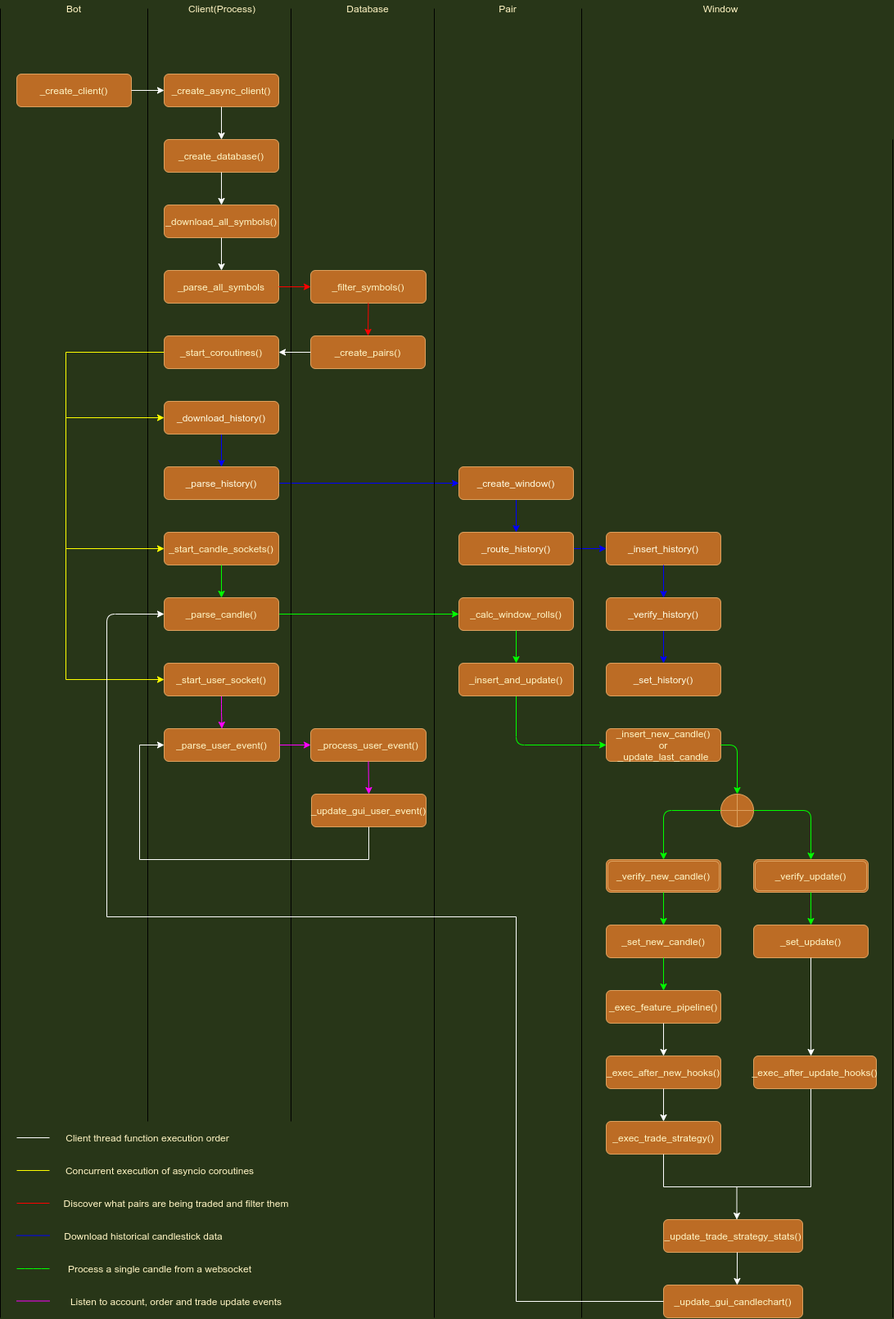
TvanMeer/bbot keeps this draw.io diagram as docs/bbot_internals.png. Above is the earlier version. Source tidied: cells renumbered, new cells last; positions are measured from the earlier drawing's top-left corner, leaving out a move shared by most shapes.
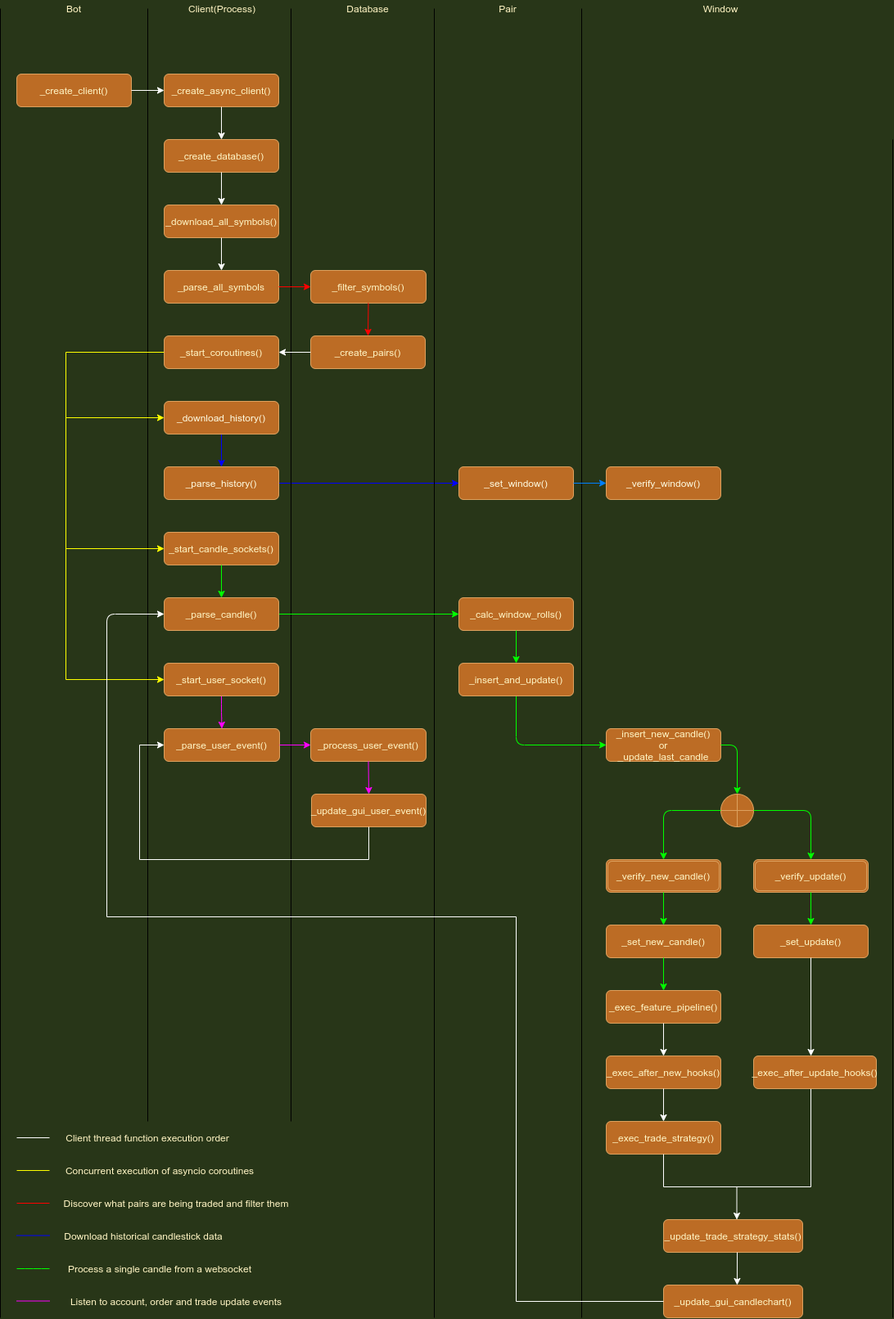
Above is the later version.

Diff of the diagram source:
```diff
@@ -8,39 +8,20 @@
     <mxCell id="3" value="_download_history()" style="rounded=1;whiteSpace=wrap;html=1;fontSize=12;glass=0;strokeWidth=1;shadow=0;fillColor=#BC6C25;strokeColor=#DDA15E;fontColor=#FEFAE0;" parent="1" vertex="1">
       <mxGeometry x="200" y="490" width="140" height="40" as="geometry" />
     </mxCell>
-    <mxCell id="4" style="edgeStyle=orthogonalEdgeStyle;rounded=0;jettySize=auto;html=1;labelBackgroundColor=#283618;fontColor=#FEFAE0;strokeColor=#0000FF;entryX=0;entryY=0.5;entryDx=0;entryDy=0;" parent="1" edge="1" source="5" target="7">
-      <mxGeometry relative="1" as="geometry" />
+    <mxCell id="4" style="edgeStyle=orthogonalEdgeStyle;rounded=0;jettySize=auto;html=1;labelBackgroundColor=#283618;fontColor=#FEFAE0;strokeColor=#0000FF;" parent="1" edge="1" source="5">
+      <mxGeometry relative="1" as="geometry">
+        <mxPoint x="560" y="590" as="targetPoint" />
+      </mxGeometry>
     </mxCell>
     <mxCell id="5" value="_parse_history()" style="rounded=1;whiteSpace=wrap;html=1;fontSize=12;glass=0;strokeWidth=1;shadow=0;fillColor=#BC6C25;strokeColor=#DDA15E;fontColor=#FEFAE0;" parent="1" vertex="1">
       <mxGeometry x="200" y="570" width="140" height="40" as="geometry" />
     </mxCell>
-    <mxCell id="6" style="edgeStyle=orthogonalEdgeStyle;rounded=0;jettySize=auto;html=1;labelBackgroundColor=#283618;fontColor=#FEFAE0;strokeColor=#0000FF;" parent="1" edge="1" source="7" target="9">
-      <mxGeometry relative="1" as="geometry" />
-    </mxCell>
-    <mxCell id="7" value="&lt;div&gt;_create_window()&lt;/div&gt;" style="rounded=1;whiteSpace=wrap;html=1;fillColor=#BC6C25;strokeColor=#DDA15E;fontColor=#FEFAE0;" parent="1" vertex="1">
-      <mxGeometry x="560" y="570" width="140" height="40" as="geometry" />
+    <mxCell id="7" value="&lt;div&gt;_verify_window()&lt;/div&gt;" style="rounded=1;whiteSpace=wrap;html=1;fillColor=#BC6C25;strokeColor=#DDA15E;fontColor=#FEFAE0;" parent="1" vertex="1">
+      <mxGeometry x="740" y="570" width="140" height="40" as="geometry" />
     </mxCell>
-    <mxCell id="8" style="edgeStyle=orthogonalEdgeStyle;rounded=0;jettySize=auto;html=1;labelBackgroundColor=#283618;fontColor=#FEFAE0;strokeColor=#0000FF;" parent="1" edge="1" source="9" target="10">
-      <mxGeometry relative="1" as="geometry" />
-    </mxCell>
-    <mxCell id="9" value="_route_history()" style="rounded=1;whiteSpace=wrap;html=1;fillColor=#BC6C25;strokeColor=#DDA15E;fontColor=#FEFAE0;" parent="1" vertex="1">
-      <mxGeometry x="560" y="650" width="140" height="40" as="geometry" />
+    <mxCell id="9" value="_set_window()" style="rounded=1;whiteSpace=wrap;html=1;fillColor=#BC6C25;strokeColor=#DDA15E;fontColor=#FEFAE0;" parent="1" vertex="1">
+      <mxGeometry x="560" y="570" width="140" height="40" as="geometry" />
     </mxCell>
-    <mxCell id="10" value="&lt;div&gt;_insert_history()&lt;br&gt;&lt;/div&gt;" style="rounded=1;whiteSpace=wrap;html=1;fillColor=#BC6C25;strokeColor=#DDA15E;fontColor=#FEFAE0;" parent="1" vertex="1">
-      <mxGeometry x="740" y="650" width="140" height="40" as="geometry" />
-    </mxCell>
-    <mxCell id="11" style="edgeStyle=orthogonalEdgeStyle;curved=0;rounded=1;sketch=0;jettySize=auto;html=1;fontColor=#FEFAE0;fillColor=#BC6C25;strokeColor=#0000FF;" parent="1" edge="1" source="12" target="13">
-      <mxGeometry relative="1" as="geometry" />
-    </mxCell>
-    <mxCell id="12" value="_verify_history()" style="rounded=1;whiteSpace=wrap;html=1;fillColor=#BC6C25;strokeColor=#DDA15E;fontColor=#FEFAE0;" parent="1" vertex="1">
-      <mxGeometry x="740" y="730" width="140" height="40" as="geometry" />
-    </mxCell>
-    <mxCell id="13" value="_set_history()" style="rounded=1;whiteSpace=wrap;html=1;fillColor=#BC6C25;strokeColor=#DDA15E;fontColor=#FEFAE0;" parent="1" vertex="1">
-      <mxGeometry x="740" y="810" width="140" height="40" as="geometry" />
-    </mxCell>
-    <mxCell id="14" style="endArrow=classic;html=1;fontColor=#FEFAE0;fillColor=#BC6C25;entryX=0.5;entryY=0;entryDx=0;entryDy=0;exitX=0.5;exitY=1;exitDx=0;exitDy=0;strokeColor=#0000FF;" parent="1" edge="1" source="10" target="12">
-      <mxGeometry relative="1" as="geometry" />
-    </mxCell>
     <mxCell id="15" style="line;strokeWidth=1;direction=south;html=1;perimeter=backbonePerimeter;rounded=0;sketch=0;fontColor=#FEFAE0;fillColor=#BC6C25;" parent="1" vertex="1">
       <mxGeometry x="350" y="10" width="10" height="1360" as="geometry" />
     </mxCell>
@@ -418,5 +399,8 @@
     <mxCell id="106" style="endArrow=classic;html=1;fontColor=#FFF4C3;strokeColor=#FFFFFF;entryX=0.5;entryY=0;entryDx=0;entryDy=0;exitX=0.5;exitY=1;exitDx=0;exitDy=0;" parent="1" edge="1" source="105" target="103">
       <mxGeometry relative="1" as="geometry" />
     </mxCell>
+    <mxCell id="107" style="endArrow=classic;html=1;entryX=0;entryY=0.5;entryDx=0;entryDy=0;exitX=1;exitY=0.5;exitDx=0;exitDy=0;strokeColor=#007FFF;" parent="1" edge="1" source="9" target="7">
+      <mxGeometry relative="1" as="geometry" />
+    </mxCell>
   </root>
 </mxGraphModel>
```
